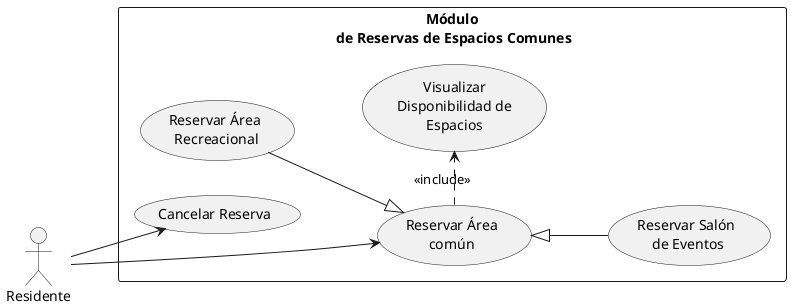
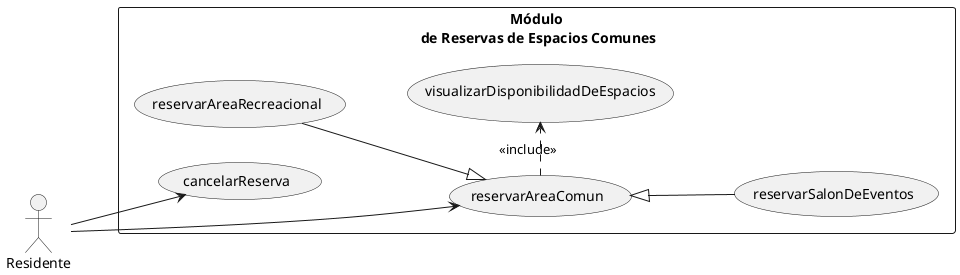
@startuml

left to right direction
skinparam packageStyle rectangle

' Esto fuerza a PlantUML a usar líneas rectas y ordenadas
skinparam linetype orthogonal

actor Residente

rectangle "Módulo\n de Reservas de Espacios Comunes" {

-     usecase "Reservar Área\ncomún" as UC1
-     usecase "Reservar Salón\n de Eventos" as UC2
-     usecase "Reservar Área\n Recreacional" as UC3
-     usecase "Visualizar\nDisponibilidad de\nEspacios" as UC4
-     usecase "Cancelar Reserva" as UC5
+     usecase "reservarAreaComun" as UC1
+     usecase "reservarSalonDeEventos" as UC2
+     usecase "reservarAreaRecreacional" as UC3
+     usecase "visualizarDisponibilidadDeEspacios" as UC4
+     usecase "cancelarReserva" as UC5

    ' Definimos las herencias (las flechas irán limpias hacia la izquierda)
    UC2 -up-|> UC1
    UC3 -down-|> UC1

    ' El include se despliega hacia la derecha de forma lineal
    UC1 .right.> UC4 : <<include>>
}

' El actor se conecta de forma limpia a las opciones principales
Residente --> UC1
Residente --> UC5

@enduml